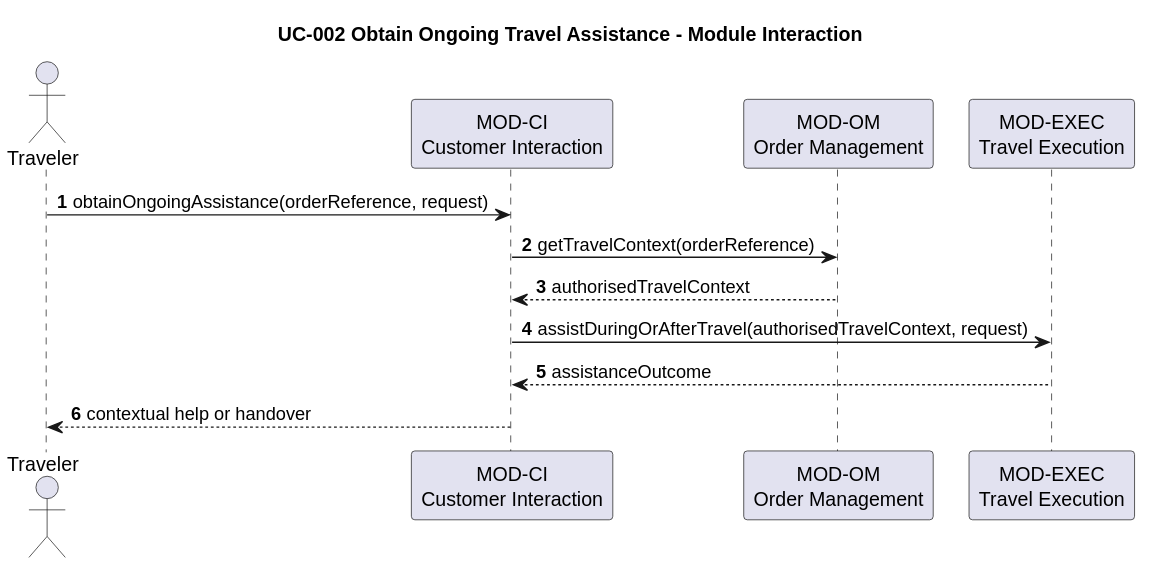
Above: docs/architecture/software-architecture/uc-002-obtain-ongoing-travel-assistance.svg in hochschule-darmstadt/a3se_app (PlantUML), before the change.
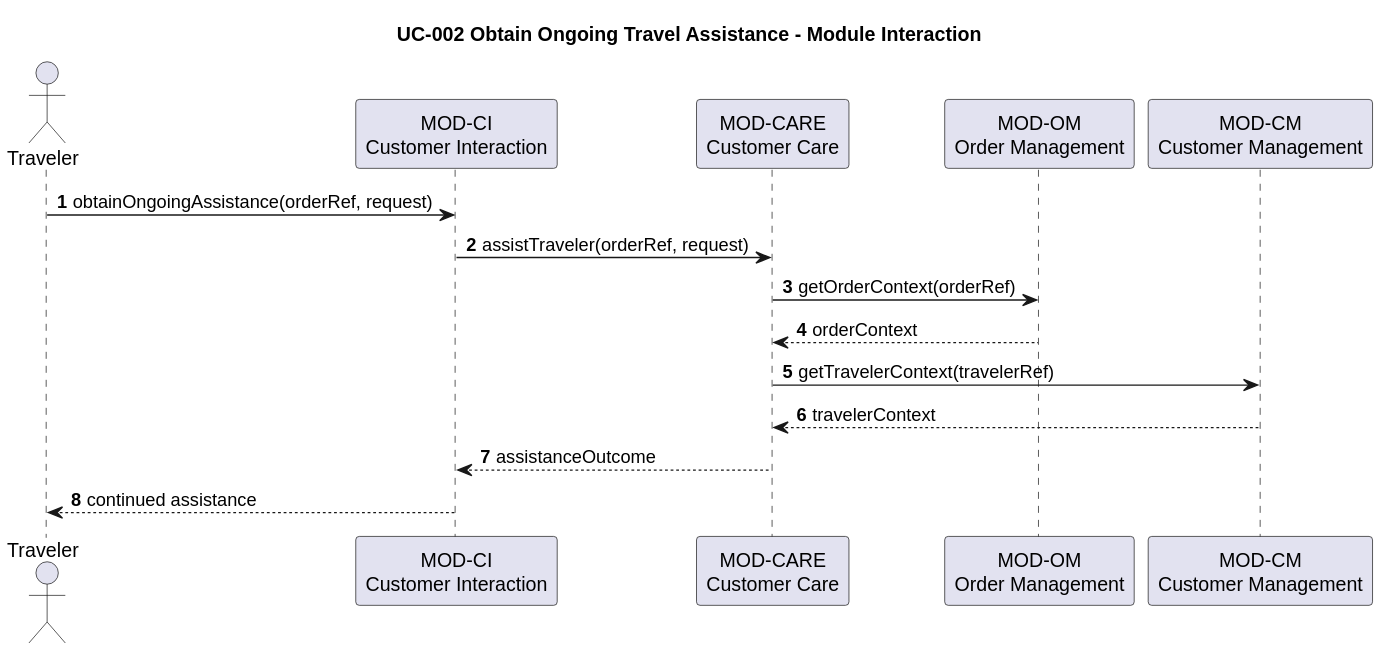
The same diagram one commit later.

The edit, as a diff of the source:
```diff
@@ -3,13 +3,16 @@
 autonumber
 actor Traveler
 participant "MOD-CI\nCustomer Interaction" as CI
+participant "MOD-CARE\nCustomer Care" as CARE
 participant "MOD-OM\nOrder Management" as OM
-participant "MOD-EXEC\nTravel Execution" as EXEC
+participant "MOD-CM\nCustomer Management" as CM
 
-Traveler -> CI: obtainOngoingAssistance(orderReference, request)
-CI -> OM: getTravelContext(orderReference)
-OM --> CI: authorisedTravelContext
-CI -> EXEC: assistDuringOrAfterTravel(authorisedTravelContext, request)
-EXEC --> CI: assistanceOutcome
-CI --> Traveler: contextual help or handover
+Traveler -> CI: obtainOngoingAssistance(orderRef, request)
+CI -> CARE: assistTraveler(orderRef, request)
+CARE -> OM: getOrderContext(orderRef)
+OM --> CARE: orderContext
+CARE -> CM: getTravelerContext(travelerRef)
+CM --> CARE: travelerContext
+CARE --> CI: assistanceOutcome
+CI --> Traveler: continued assistance
 @enduml
```
